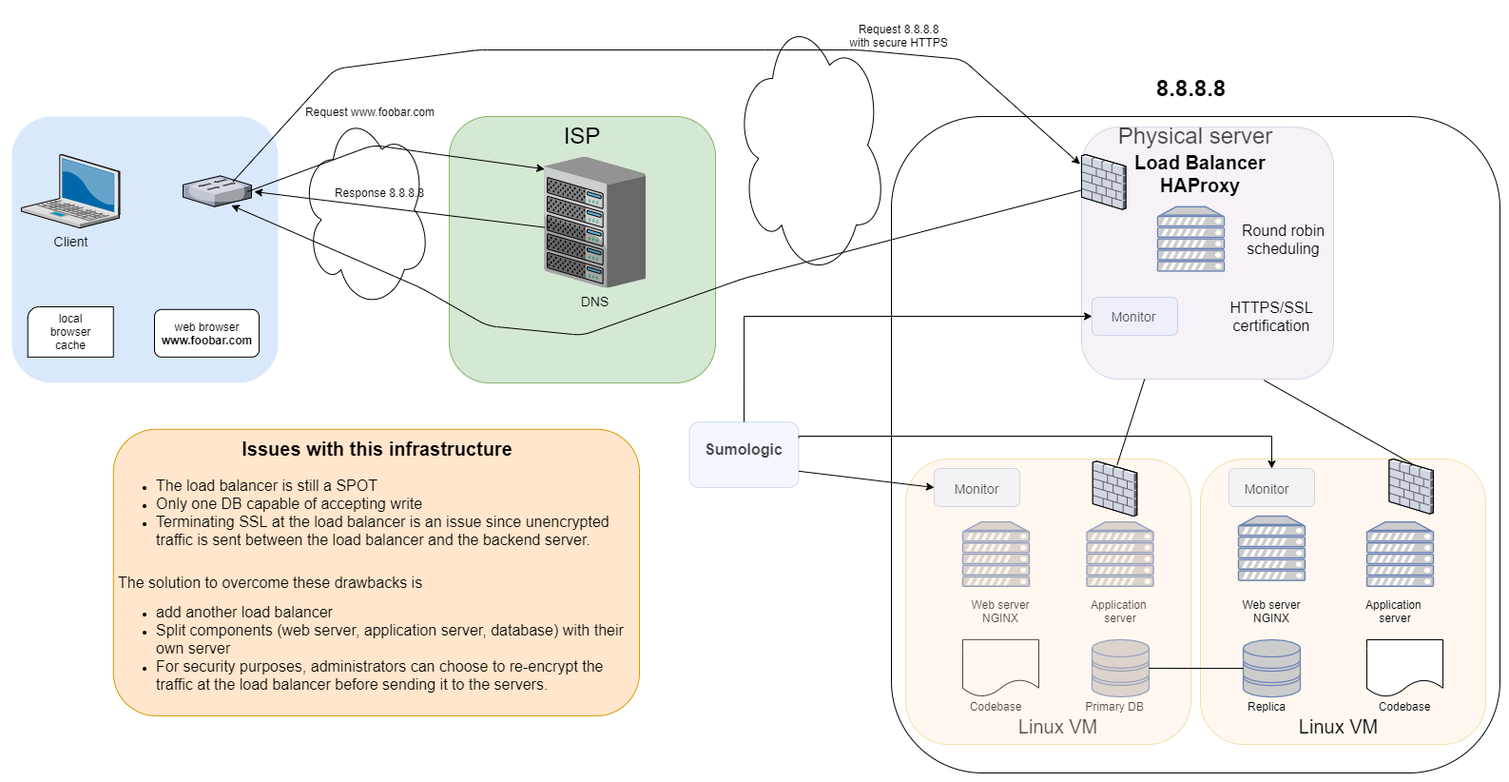
This is 0x09-web_infrastructure_design/images/2-secured_and_monitored_web_infrastructure.png from huy75/holberton-system_engineering-devops, a draw.io export, as it was before one commit. Source tidied: cells renumbered, new cells last; positions are measured from the earlier drawing's top-left corner, leaving out a move shared by most shapes.
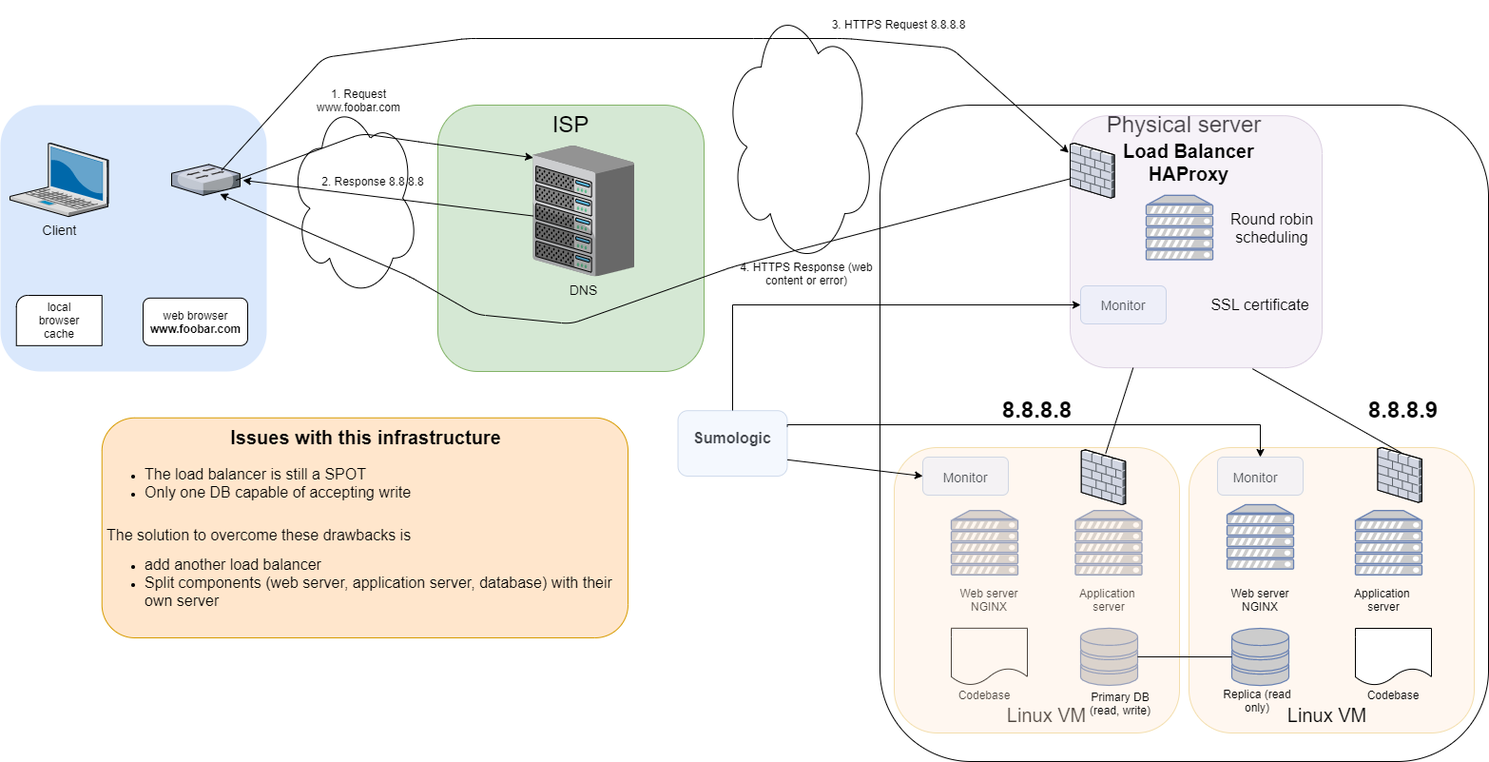
After the commit.

What changed in the source:
```diff
@@ -37,7 +37,7 @@
         </Array>
       </mxGeometry>
     </mxCell>
-    <mxCell id="12" value="Request www.foobar.com" style="text;html=1;strokeColor=none;fillColor=none;align=center;verticalAlign=middle;whiteSpace=wrap;rounded=0;" parent="1" vertex="1">
+    <mxCell id="12" value="1. Request www.foobar.com" style="text;html=1;strokeColor=none;fillColor=none;align=center;verticalAlign=middle;whiteSpace=wrap;rounded=0;" parent="1" vertex="1">
       <mxGeometry x="304" y="90" width="146" height="30" as="geometry" />
     </mxCell>
     <mxCell id="13" value="&lt;font style=&quot;font-size: 24px&quot;&gt;Physical server&lt;/font&gt;" style="whiteSpace=wrap;html=1;fontSize=14;verticalAlign=top;rounded=1;" parent="1" vertex="1">
@@ -64,18 +64,12 @@
     <mxCell id="20" value="Application&amp;nbsp; server" style="text;html=1;strokeColor=none;fillColor=none;align=center;verticalAlign=middle;whiteSpace=wrap;rounded=0;" parent="1" vertex="1">
       <mxGeometry x="1121" y="620" width="90" height="20" as="geometry" />
     </mxCell>
-    <mxCell id="21" value="Primary DB" style="text;html=1;strokeColor=none;fillColor=none;align=center;verticalAlign=middle;whiteSpace=wrap;rounded=0;" parent="1" vertex="1">
-      <mxGeometry x="1115" y="720" width="90" height="20" as="geometry" />
-    </mxCell>
     <mxCell id="22" value="Codebase" style="text;html=1;strokeColor=none;fillColor=none;align=center;verticalAlign=middle;whiteSpace=wrap;rounded=0;" parent="1" vertex="1">
       <mxGeometry x="990" y="720" width="90" height="20" as="geometry" />
     </mxCell>
     <mxCell id="23" style="whiteSpace=wrap;html=1;fillColor=#e1d5e7;strokeColor=#9673a6;opacity=30;rounded=1;" parent="1" vertex="1">
       <mxGeometry x="1125" y="121.1" width="265" height="265" as="geometry" />
     </mxCell>
-    <mxCell id="24" value="8.8.8.8" style="text;strokeColor=none;fillColor=none;html=1;fontSize=24;fontStyle=1;verticalAlign=middle;align=center;" parent="1" vertex="1">
-      <mxGeometry x="1165" y="60" width="150" height="40" as="geometry" />
-    </mxCell>
     <mxCell id="25" value="&lt;span style=&quot;font-weight: normal&quot;&gt;&lt;font style=&quot;font-size: 20px&quot;&gt;Linux VM&lt;/font&gt;&lt;/span&gt;" style="text;strokeColor=none;fillColor=none;html=1;fontSize=24;fontStyle=1;verticalAlign=middle;align=center;" parent="1" vertex="1">
       <mxGeometry x="1050" y="730" width="100" height="40" as="geometry" />
     </mxCell>
@@ -90,8 +84,8 @@
         </Array>
       </mxGeometry>
     </mxCell>
-    <mxCell id="27" value="Request 8.8.8.8&lt;br&gt;with secure HTTPS" style="text;html=1;strokeColor=none;fillColor=none;align=center;verticalAlign=middle;whiteSpace=wrap;rounded=0;" parent="1" vertex="1">
-      <mxGeometry x="860" y="10" width="146" height="30" as="geometry" />
+    <mxCell id="27" value="3. HTTPS&amp;nbsp;&lt;span style=&quot;color: rgba(0 , 0 , 0 , 0) ; font-family: monospace ; font-size: 0px&quot;&gt;%3CmxGraphModel%3E%3Croot%3E%3CmxCell%20id%3D%220%22%2F%3E%3CmxCell%20id%3D%221%22%20parent%3D%220%22%2F%3E%3CmxCell%20id%3D%222%22%20value%3D%224.%20HTTP%20Response%20(web%20content%20or%20error)%22%20style%3D%22text%3Bhtml%3D1%3BstrokeColor%3Dnone%3BfillColor%3Dnone%3Balign%3Dcenter%3BverticalAlign%3Dmiddle%3BwhiteSpace%3Dwrap%3Brounded%3D0%3B%22%20vertex%3D%221%22%20parent%3D%221%22%3E%3CmxGeometry%20x%3D%22885%22%20y%3D%22792.4799999999999%22%20width%3D%22146%22%20height%3D%2230%22%20as%3D%22geometry%22%2F%3E%3C%2FmxCell%3E%3C%2Froot%3E%3C%2FmxGraphModel%3E&lt;/span&gt;Request 8.8.8.8" style="text;html=1;strokeColor=none;fillColor=none;align=center;verticalAlign=middle;whiteSpace=wrap;rounded=0;" parent="1" vertex="1">
+      <mxGeometry x="860" y="10" width="170" height="30" as="geometry" />
     </mxCell>
     <mxCell id="28" style="endArrow=classic;html=1;exitX=0;exitY=0.25;exitDx=0;exitDy=0;entryX=0.706;entryY=0.956;entryDx=0;entryDy=0;entryPerimeter=0;" parent="1" edge="1" source="23" target="7">
       <mxGeometry relative="1" as="geometry">
@@ -103,8 +97,8 @@
         </Array>
       </mxGeometry>
     </mxCell>
-    <mxCell id="29" value="&lt;h1 style=&quot;text-align: center&quot;&gt;&lt;font style=&quot;font-size: 20px&quot;&gt;Issues with this infrastructure&lt;/font&gt;&lt;/h1&gt;&lt;p style=&quot;font-size: 16px&quot;&gt;&lt;/p&gt;&lt;ul&gt;&lt;li&gt;&lt;font style=&quot;font-size: 16px&quot;&gt;The load balancer is still a SPOT&lt;/font&gt;&lt;/li&gt;&lt;li&gt;&lt;font style=&quot;font-size: 16px&quot;&gt;Only one DB capable of accepting write&lt;/font&gt;&lt;/li&gt;&lt;li&gt;&lt;font style=&quot;font-size: 16px&quot;&gt;Terminating SSL at the load balancer is an issue since unencrypted traffic is sent between the load balancer and the backend server.&lt;/font&gt;&lt;/li&gt;&lt;/ul&gt;&lt;p&gt;&lt;/p&gt;&lt;br&gt;&lt;span style=&quot;font-size: 16px&quot;&gt;The solution to overcome these drawbacks is&lt;/span&gt;&lt;br&gt;&lt;ul&gt;&lt;li&gt;&lt;font style=&quot;font-size: 16px&quot;&gt;add another load balancer&lt;/font&gt;&lt;/li&gt;&lt;li&gt;&lt;font style=&quot;font-size: 16px&quot;&gt;Split components (web server, application server, database) with their own server&lt;/font&gt;&lt;/li&gt;&lt;li&gt;&lt;font style=&quot;font-size: 16px&quot;&gt;For security purposes, administrators can choose to re-encrypt the traffic at the load balancer before sending it to the servers.&lt;/font&gt;&lt;/li&gt;&lt;/ul&gt;" style="text;html=1;strokeColor=#d79b00;fillColor=#ffe6cc;spacing=5;spacingTop=-20;whiteSpace=wrap;overflow=hidden;rounded=1;" parent="1" vertex="1">
-      <mxGeometry x="106.7" y="438.8" width="553.3" height="301.2" as="geometry" />
+    <mxCell id="29" value="&lt;h1 style=&quot;text-align: center&quot;&gt;&lt;font style=&quot;font-size: 20px&quot;&gt;Issues with this infrastructure&lt;/font&gt;&lt;/h1&gt;&lt;p style=&quot;font-size: 16px&quot;&gt;&lt;/p&gt;&lt;ul&gt;&lt;li&gt;&lt;font style=&quot;font-size: 16px&quot;&gt;The load balancer is still a SPOT&lt;/font&gt;&lt;/li&gt;&lt;li&gt;&lt;font style=&quot;font-size: 16px&quot;&gt;Only one DB capable of accepting write&lt;/font&gt;&lt;/li&gt;&lt;/ul&gt;&lt;p&gt;&lt;/p&gt;&lt;br&gt;&lt;span style=&quot;font-size: 16px&quot;&gt;The solution to overcome these drawbacks is&lt;/span&gt;&lt;br&gt;&lt;ul&gt;&lt;li&gt;&lt;font style=&quot;font-size: 16px&quot;&gt;add another load balancer&lt;/font&gt;&lt;/li&gt;&lt;li&gt;&lt;font style=&quot;font-size: 16px&quot;&gt;Split components (web server, application server, database) with their own server&lt;/font&gt;&lt;/li&gt;&lt;/ul&gt;" style="text;html=1;strokeColor=#d79b00;fillColor=#ffe6cc;spacing=5;spacingTop=-20;whiteSpace=wrap;overflow=hidden;rounded=1;" parent="1" vertex="1">
+      <mxGeometry x="106.7" y="438.8" width="553.3" height="231.2" as="geometry" />
     </mxCell>
     <mxCell id="30" style="whiteSpace=wrap;html=1;fillColor=#ffe6cc;strokeColor=#d79b00;opacity=30;rounded=1;" parent="1" vertex="1">
       <mxGeometry x="1250" y="470" width="300" height="300" as="geometry" />
@@ -133,9 +127,6 @@
     <mxCell id="38" value="Codebase" style="text;html=1;strokeColor=none;fillColor=none;align=center;verticalAlign=middle;whiteSpace=wrap;rounded=0;" parent="1" vertex="1">
       <mxGeometry x="1420" y="720" width="90" height="20" as="geometry" />
     </mxCell>
-    <mxCell id="39" value="Replica" style="text;html=1;strokeColor=none;fillColor=none;align=center;verticalAlign=middle;whiteSpace=wrap;rounded=0;" parent="1" vertex="1">
-      <mxGeometry x="1275" y="720" width="90" height="20" as="geometry" />
-    </mxCell>
     <mxCell id="40" style="whiteSpace=wrap;html=1;fillColor=#ffe6cc;strokeColor=#d79b00;opacity=30;rounded=1;" parent="1" vertex="1">
       <mxGeometry x="940" y="470" width="300" height="300" as="geometry" />
     </mxCell>
@@ -166,7 +157,7 @@
     <mxCell id="49" style="verticalLabelPosition=bottom;html=1;verticalAlign=top;strokeColor=none;shape=mxgraph.citrix.firewall;fillColor=#66B2FF;gradientColor=#0066CC;fontSize=14;" parent="1" vertex="1">
       <mxGeometry x="1448.5" y="470" width="46.5" height="57.6" as="geometry" />
     </mxCell>
-    <mxCell id="50" value="&lt;font style=&quot;font-size: 16px&quot;&gt;HTTPS/SSL certification&lt;/font&gt;" style="text;html=1;strokeColor=none;fillColor=none;align=center;verticalAlign=middle;whiteSpace=wrap;rounded=0;opacity=30;" parent="1" vertex="1">
+    <mxCell id="50" value="&lt;font style=&quot;font-size: 16px&quot;&gt;SSL certificate&lt;/font&gt;" style="text;html=1;strokeColor=none;fillColor=none;align=center;verticalAlign=middle;whiteSpace=wrap;rounded=0;opacity=30;" parent="1" vertex="1">
       <mxGeometry x="1250" y="310" width="150" height="20" as="geometry" />
     </mxCell>
     <mxCell id="51" value="&lt;font style=&quot;font-size: 14px&quot;&gt;Monitor&lt;/font&gt;" style="text;html=1;strokeColor=none;fillColor=none;align=center;verticalAlign=middle;whiteSpace=wrap;rounded=0;opacity=30;" parent="1" vertex="1">
@@ -212,11 +203,26 @@
         <mxPoint x="255" y="189" as="targetPoint" />
       </mxGeometry>
     </mxCell>
-    <mxCell id="62" value="Response 8.8.8.8" style="text;html=1;strokeColor=none;fillColor=none;align=center;verticalAlign=middle;whiteSpace=wrap;rounded=0;" parent="1" vertex="1">
-      <mxGeometry x="314" y="174.8" width="146" height="30" as="geometry" />
+    <mxCell id="62" value="2. Response 8.8.8.8" style="text;html=1;strokeColor=none;fillColor=none;align=center;verticalAlign=middle;whiteSpace=wrap;rounded=0;" parent="1" vertex="1">
+      <mxGeometry x="314" y="174.8" width="156" height="30" as="geometry" />
     </mxCell>
     <mxCell id="63" style="endArrow=classic;html=1;entryX=0;entryY=0.5;entryDx=0;entryDy=0;exitX=1;exitY=0.75;exitDx=0;exitDy=0;" parent="1" edge="1" source="60" target="55">
       <mxGeometry relative="1" as="geometry" />
     </mxCell>
+    <mxCell id="64" value="4. HTTPS Response (web content or error)" style="text;html=1;strokeColor=none;fillColor=none;align=center;verticalAlign=middle;whiteSpace=wrap;rounded=0;" parent="1" vertex="1">
+      <mxGeometry x="775" y="272.5" width="146" height="30" as="geometry" />
+    </mxCell>
+    <mxCell id="24" value="8.8.8.8" style="text;strokeColor=none;fillColor=none;html=1;fontSize=24;fontStyle=1;verticalAlign=middle;align=center;" parent="1" vertex="1">
+      <mxGeometry x="1015" y="410" width="150" height="40" as="geometry" />
+    </mxCell>
+    <mxCell id="65" value="8.8.8.9" style="text;strokeColor=none;fillColor=none;html=1;fontSize=24;fontStyle=1;verticalAlign=middle;align=center;" parent="1" vertex="1">
+      <mxGeometry x="1400" y="410" width="150" height="40" as="geometry" />
+    </mxCell>
+    <mxCell id="66" value="Replica (read only)" style="text;html=1;strokeColor=none;fillColor=none;align=center;verticalAlign=middle;whiteSpace=wrap;rounded=0;" parent="1" vertex="1">
+      <mxGeometry x="1277" y="726.2" width="90" height="20" as="geometry" />
+    </mxCell>
+    <mxCell id="67" value="Primary DB (read, write)" style="text;html=1;strokeColor=none;fillColor=none;align=center;verticalAlign=middle;whiteSpace=wrap;rounded=0;" parent="1" vertex="1">
+      <mxGeometry x="1133" y="729" width="90" height="20" as="geometry" />
+    </mxCell>
   </root>
 </mxGraphModel>
```
